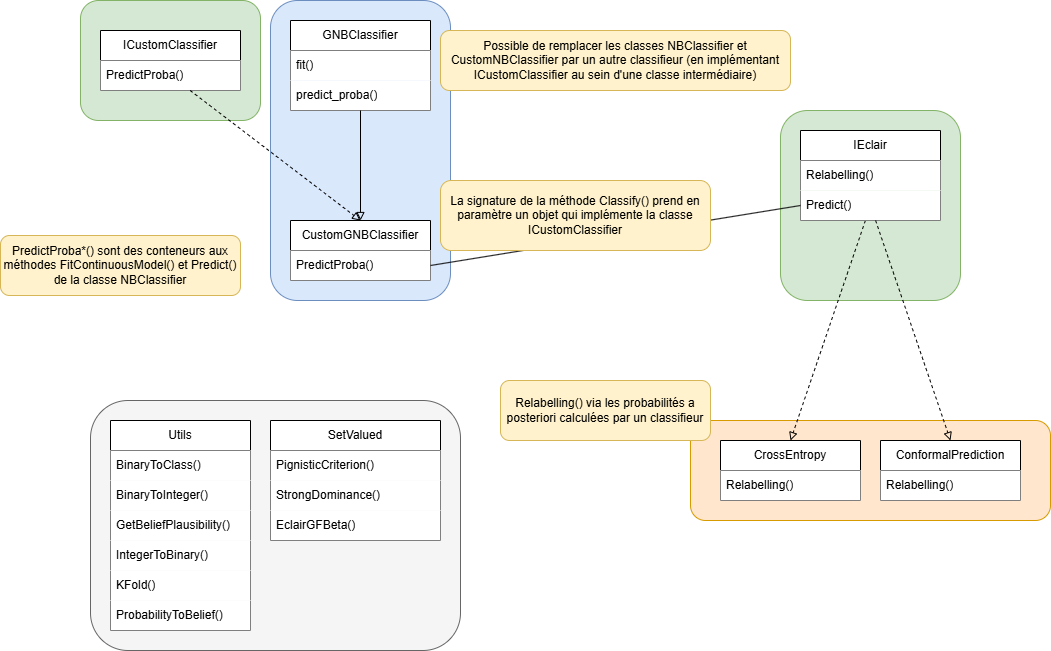
Above: images/eclair.png in IMT-Mines-Ales-CERIS/Eclair (draw.io), before the change. Source tidied: cells renumbered, new cells last; positions are measured from the earlier drawing's top-left corner, leaving out a move shared by most shapes.
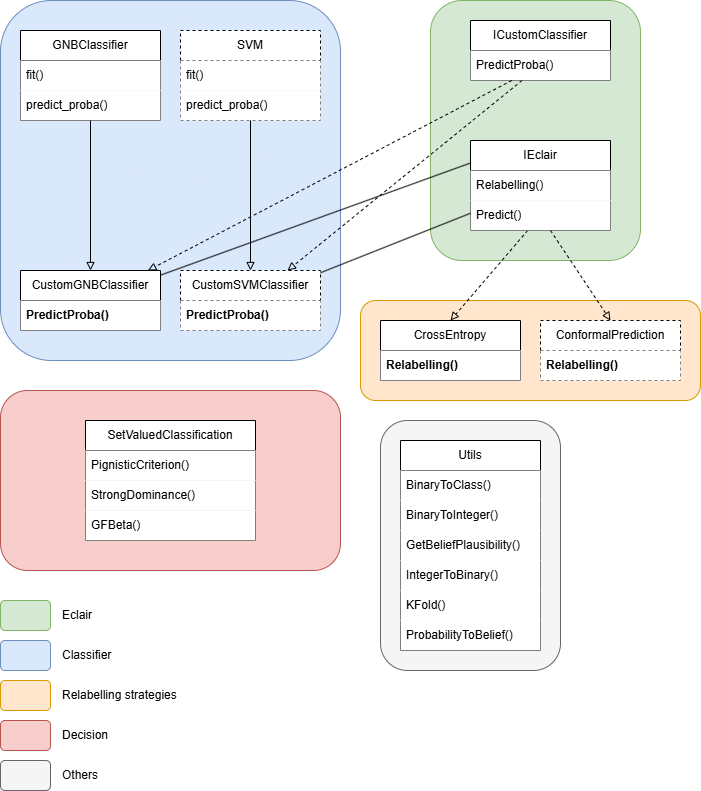
Later version of the same file.

Change to the diagram source:
```diff
@@ -2,26 +2,26 @@
   <root>
     <mxCell id="0" />
     <mxCell id="1" parent="0" />
+    <mxCell id="41" value="&lt;br&gt;&lt;div&gt;&lt;/div&gt;" style="rounded=1;whiteSpace=wrap;html=1;fillColor=#f8cecc;strokeColor=#b85450;" parent="1" vertex="1">
+      <mxGeometry x="270" y="390" width="340" height="180" as="geometry" />
+    </mxCell>
     <mxCell id="2" value="&lt;br&gt;&lt;div&gt;&lt;/div&gt;" style="rounded=1;whiteSpace=wrap;html=1;fillColor=#f5f5f5;strokeColor=#666666;fontColor=#333333;" parent="1" vertex="1">
-      <mxGeometry x="90" y="400" width="370" height="250" as="geometry" />
+      <mxGeometry x="650" y="420" width="180" height="250" as="geometry" />
     </mxCell>
     <mxCell id="3" value="&lt;br&gt;&lt;div&gt;&lt;/div&gt;" style="rounded=1;whiteSpace=wrap;html=1;fillColor=#d5e8d4;strokeColor=#82b366;" parent="1" vertex="1">
-      <mxGeometry x="780" y="110" width="180" height="190" as="geometry" />
+      <mxGeometry x="700" width="210" height="260" as="geometry" />
     </mxCell>
-    <mxCell id="4" value="&lt;br&gt;&lt;div&gt;&lt;/div&gt;" style="rounded=1;whiteSpace=wrap;html=1;fillColor=#d5e8d4;strokeColor=#82b366;" parent="1" vertex="1">
-      <mxGeometry x="80" width="180" height="120" as="geometry" />
-    </mxCell>
     <mxCell id="5" value="&lt;br&gt;&lt;div&gt;&lt;/div&gt;" style="rounded=1;whiteSpace=wrap;html=1;fillColor=#dae8fc;strokeColor=#6c8ebf;" parent="1" vertex="1">
-      <mxGeometry x="270" width="180" height="300" as="geometry" />
+      <mxGeometry x="270" width="340" height="360" as="geometry" />
     </mxCell>
     <mxCell id="6" value="&lt;br&gt;&lt;div&gt;&lt;/div&gt;" style="rounded=1;whiteSpace=wrap;html=1;fillColor=#ffe6cc;strokeColor=#d79b00;" parent="1" vertex="1">
-      <mxGeometry x="690" y="420" width="360" height="100" as="geometry" />
+      <mxGeometry x="630" y="300" width="340" height="100" as="geometry" />
     </mxCell>
     <mxCell id="7" style="endArrow=block;html=1;rounded=0;dashed=1;endFill=0;entryX=0.5;entryY=0;entryDx=0;entryDy=0;" parent="1" edge="1" source="10" target="35">
       <mxGeometry relative="1" as="geometry" />
     </mxCell>
     <mxCell id="8" value="IEclair" style="swimlane;fontStyle=0;horizontal=1;startSize=30;whiteSpace=wrap;html=1;" parent="1" vertex="1">
-      <mxGeometry x="800" y="130" width="140" height="90" as="geometry" />
+      <mxGeometry x="740" y="140" width="140" height="90" as="geometry" />
     </mxCell>
     <mxCell id="9" value="Relabelling()" style="text;strokeColor=none;fillColor=default;align=left;verticalAlign=middle;spacingLeft=4;spacingRight=4;overflow=hidden;whiteSpace=wrap;html=1;" parent="8" vertex="1">
       <mxGeometry y="30" width="140" height="30" as="geometry" />
@@ -30,22 +30,22 @@
       <mxGeometry y="60" width="140" height="30" as="geometry" />
     </mxCell>
     <mxCell id="11" value="I&lt;span style=&quot;background-color: transparent; color: light-dark(rgb(0, 0, 0), rgb(255, 255, 255));&quot;&gt;CustomClassifier&lt;/span&gt;" style="swimlane;fontStyle=0;horizontal=1;startSize=30;whiteSpace=wrap;html=1;" parent="1" vertex="1">
-      <mxGeometry x="100" y="30" width="140" height="60" as="geometry" />
+      <mxGeometry x="740" y="20" width="140" height="60" as="geometry" />
     </mxCell>
     <mxCell id="12" value="PredictProba()" style="text;strokeColor=none;fillColor=default;align=left;verticalAlign=middle;spacingLeft=4;spacingRight=4;overflow=hidden;points=[[0,0.5],[1,0.5]];portConstraint=eastwest;whiteSpace=wrap;html=1;" parent="11" vertex="1">
       <mxGeometry y="30" width="140" height="30" as="geometry" />
     </mxCell>
     <mxCell id="13" value="&lt;span style=&quot;background-color: transparent; color: light-dark(rgb(0, 0, 0), rgb(255, 255, 255));&quot;&gt;CustomGNBClassifier&lt;/span&gt;" style="swimlane;fontStyle=0;horizontal=1;startSize=30;whiteSpace=wrap;html=1;" parent="1" vertex="1">
-      <mxGeometry x="290" y="220" width="140" height="60" as="geometry" />
+      <mxGeometry x="290" y="270" width="140" height="60" as="geometry" />
     </mxCell>
-    <mxCell id="14" value="PredictProba()" style="text;strokeColor=none;fillColor=default;align=left;verticalAlign=middle;spacingLeft=4;spacingRight=4;overflow=hidden;points=[[0,0.5],[1,0.5]];portConstraint=eastwest;whiteSpace=wrap;html=1;" parent="13" vertex="1">
+    <mxCell id="14" value="&lt;b&gt;PredictProba()&lt;/b&gt;" style="text;strokeColor=none;fillColor=default;align=left;verticalAlign=middle;spacingLeft=4;spacingRight=4;overflow=hidden;points=[[0,0.5],[1,0.5]];portConstraint=eastwest;whiteSpace=wrap;html=1;" parent="13" vertex="1">
       <mxGeometry y="30" width="140" height="30" as="geometry" />
     </mxCell>
-    <mxCell id="15" style="endArrow=block;html=1;rounded=0;dashed=1;endFill=0;entryX=0.5;entryY=0;entryDx=0;entryDy=0;" parent="1" edge="1" source="12" target="13">
+    <mxCell id="15" style="endArrow=block;html=1;rounded=0;dashed=1;endFill=0;" parent="1" edge="1" source="12" target="13">
       <mxGeometry relative="1" as="geometry" />
     </mxCell>
     <mxCell id="16" value="&lt;div&gt;&lt;span style=&quot;background-color: transparent; color: light-dark(rgb(0, 0, 0), rgb(255, 255, 255));&quot;&gt;GNBClassifier&lt;/span&gt;&lt;/div&gt;" style="swimlane;fontStyle=0;horizontal=1;startSize=30;whiteSpace=wrap;html=1;" parent="1" vertex="1">
-      <mxGeometry x="290" y="20" width="140" height="90" as="geometry" />
+      <mxGeometry x="290" y="30" width="140" height="90" as="geometry" />
     </mxCell>
     <mxCell id="17" value="fit()" style="text;strokeColor=none;fillColor=default;align=left;verticalAlign=middle;spacingLeft=4;spacingRight=4;overflow=hidden;whiteSpace=wrap;html=1;" parent="16" vertex="1">
       <mxGeometry y="30" width="140" height="30" as="geometry" />
@@ -53,22 +53,14 @@
     <mxCell id="18" value="&lt;div&gt;&lt;span style=&quot;background-color: transparent; color: light-dark(rgb(0, 0, 0), rgb(255, 255, 255));&quot;&gt;predict_proba()&lt;/span&gt;&lt;/div&gt;" style="text;strokeColor=none;fillColor=default;align=left;verticalAlign=middle;spacingLeft=4;spacingRight=4;overflow=hidden;points=[[0,0.5],[1,0.5]];portConstraint=eastwest;whiteSpace=wrap;html=1;" parent="16" vertex="1">
       <mxGeometry y="60" width="140" height="30" as="geometry" />
     </mxCell>
-    <mxCell id="19" style="endArrow=block;html=1;rounded=0;endFill=0;" parent="1" edge="1" source="18">
-      <mxGeometry relative="1" as="geometry">
-        <mxPoint x="360" y="220" as="targetPoint" />
-      </mxGeometry>
+    <mxCell id="19" style="endArrow=block;html=1;rounded=0;endFill=0;" parent="1" edge="1" source="18" target="13">
+      <mxGeometry relative="1" as="geometry" />
     </mxCell>
-    <mxCell id="20" value="PredictProba*() sont des conteneurs aux méthodes FitContinuousModel() et Predict() de la classe NBClassifier" style="rounded=1;whiteSpace=wrap;html=1;fillColor=#fff2cc;strokeColor=#d6b656;" parent="1" vertex="1">
-      <mxGeometry y="235" width="240" height="60" as="geometry" />
-    </mxCell>
-    <mxCell id="21" style="endArrow=none;html=1;rounded=0;exitX=1;exitY=0.5;exitDx=0;exitDy=0;entryX=0;entryY=0.5;entryDx=0;entryDy=0;" parent="1" edge="1" source="14" target="10">
+    <mxCell id="21" style="endArrow=none;html=1;rounded=0;entryX=0;entryY=0.25;entryDx=0;entryDy=0;" parent="1" edge="1" source="13" target="8">
       <mxGeometry relative="1" as="geometry" />
     </mxCell>
-    <mxCell id="22" value="Possible de remplacer les classes NBClassifier et CustomNBClassifier par un autre classifieur (en implémentant ICustomClassifier au sein d'une classe intermédiaire)" style="rounded=1;whiteSpace=wrap;html=1;fillColor=#fff2cc;strokeColor=#d6b656;" parent="1" vertex="1">
-      <mxGeometry x="440" y="30" width="350" height="60" as="geometry" />
-    </mxCell>
     <mxCell id="23" value="Utils" style="swimlane;fontStyle=0;horizontal=1;startSize=30;whiteSpace=wrap;html=1;" parent="1" vertex="1">
-      <mxGeometry x="110" y="420" width="140" height="210" as="geometry" />
+      <mxGeometry x="670" y="440" width="140" height="210" as="geometry" />
     </mxCell>
     <mxCell id="24" value="BinaryToClass()" style="text;strokeColor=none;fillColor=default;align=left;verticalAlign=middle;spacingLeft=4;spacingRight=4;overflow=hidden;whiteSpace=wrap;html=1;" parent="23" vertex="1">
       <mxGeometry y="30" width="140" height="30" as="geometry" />
@@ -88,11 +80,8 @@
     <mxCell id="29" value="ProbabilityToBelief()" style="text;strokeColor=none;fillColor=default;align=left;verticalAlign=middle;spacingLeft=4;spacingRight=4;overflow=hidden;whiteSpace=wrap;html=1;" parent="23" vertex="1">
       <mxGeometry y="180" width="140" height="30" as="geometry" />
     </mxCell>
-    <mxCell id="30" value="La signature de la méthode Classify() prend en paramètre un objet qui implémente la classe ICustomClassifier" style="rounded=1;whiteSpace=wrap;html=1;fillColor=#fff2cc;strokeColor=#d6b656;" parent="1" vertex="1">
-      <mxGeometry x="440" y="180" width="270" height="70" as="geometry" />
-    </mxCell>
-    <mxCell id="31" value="SetValued" style="swimlane;fontStyle=0;horizontal=1;startSize=30;whiteSpace=wrap;html=1;" parent="1" vertex="1">
-      <mxGeometry x="270" y="420" width="170" height="120" as="geometry" />
+    <mxCell id="31" value="SetValuedClassification" style="swimlane;fontStyle=0;horizontal=1;startSize=30;whiteSpace=wrap;html=1;" parent="1" vertex="1">
+      <mxGeometry x="355" y="420" width="170" height="120" as="geometry" />
     </mxCell>
     <mxCell id="32" value="PignisticCriterion()" style="text;strokeColor=none;fillColor=default;align=left;verticalAlign=middle;spacingLeft=4;spacingRight=4;overflow=hidden;whiteSpace=wrap;html=1;" parent="31" vertex="1">
       <mxGeometry y="30" width="170" height="30" as="geometry" />
@@ -100,26 +89,77 @@
     <mxCell id="33" value="StrongDominance()" style="text;strokeColor=none;fillColor=default;align=left;verticalAlign=middle;spacingLeft=4;spacingRight=4;overflow=hidden;whiteSpace=wrap;html=1;" parent="31" vertex="1">
       <mxGeometry y="60" width="170" height="30" as="geometry" />
     </mxCell>
-    <mxCell id="34" value="EclairGFBeta()" style="text;strokeColor=none;fillColor=default;align=left;verticalAlign=middle;spacingLeft=4;spacingRight=4;overflow=hidden;whiteSpace=wrap;html=1;" parent="31" vertex="1">
+    <mxCell id="34" value="GFBeta()" style="text;strokeColor=none;fillColor=default;align=left;verticalAlign=middle;spacingLeft=4;spacingRight=4;overflow=hidden;whiteSpace=wrap;html=1;" parent="31" vertex="1">
       <mxGeometry y="90" width="170" height="30" as="geometry" />
     </mxCell>
     <mxCell id="35" value="CrossEntropy" style="swimlane;fontStyle=0;horizontal=1;startSize=30;whiteSpace=wrap;html=1;" parent="1" vertex="1">
-      <mxGeometry x="720" y="440" width="140" height="60" as="geometry" />
+      <mxGeometry x="650" y="320" width="140" height="60" as="geometry" />
     </mxCell>
-    <mxCell id="36" value="Relabelling()" style="text;align=left;verticalAlign=middle;spacingLeft=4;spacingRight=4;overflow=hidden;whiteSpace=wrap;html=1;fillOpacity=100;fillColor=default;" parent="35" vertex="1">
+    <mxCell id="36" value="&lt;b&gt;Relabelling()&lt;/b&gt;" style="text;align=left;verticalAlign=middle;spacingLeft=4;spacingRight=4;overflow=hidden;whiteSpace=wrap;html=1;fillOpacity=100;fillColor=default;" parent="35" vertex="1">
       <mxGeometry y="30" width="140" height="30" as="geometry" />
     </mxCell>
-    <mxCell id="37" value="ConformalPrediction" style="swimlane;fontStyle=0;horizontal=1;startSize=30;whiteSpace=wrap;html=1;" parent="1" vertex="1">
-      <mxGeometry x="880" y="440" width="140" height="60" as="geometry" />
+    <mxCell id="37" value="ConformalPrediction" style="swimlane;fontStyle=0;horizontal=1;startSize=30;whiteSpace=wrap;html=1;dashed=1;" parent="1" vertex="1">
+      <mxGeometry x="810" y="320" width="140" height="60" as="geometry" />
     </mxCell>
-    <mxCell id="38" value="Relabelling()" style="text;align=left;verticalAlign=middle;spacingLeft=4;spacingRight=4;overflow=hidden;whiteSpace=wrap;html=1;fillColor=default;" parent="37" vertex="1">
+    <mxCell id="38" value="&lt;b&gt;Relabelling()&lt;/b&gt;" style="text;align=left;verticalAlign=middle;spacingLeft=4;spacingRight=4;overflow=hidden;whiteSpace=wrap;html=1;fillColor=default;" parent="37" vertex="1">
       <mxGeometry y="30" width="140" height="30" as="geometry" />
     </mxCell>
     <mxCell id="39" style="endArrow=block;html=1;rounded=0;dashed=1;endFill=0;entryX=0.5;entryY=0;entryDx=0;entryDy=0;" parent="1" edge="1" source="10" target="37">
       <mxGeometry relative="1" as="geometry" />
     </mxCell>
-    <mxCell id="40" value="Relabelling() via les probabilités a posteriori calculées par un classifieur" style="rounded=1;whiteSpace=wrap;html=1;fillColor=#fff2cc;strokeColor=#d6b656;" parent="1" vertex="1">
-      <mxGeometry x="500" y="380" width="210" height="60" as="geometry" />
-    </mxCell>
+    <mxCell id="42" value="&lt;div&gt;&lt;span style=&quot;background-color: transparent; color: light-dark(rgb(0, 0, 0), rgb(255, 255, 255));&quot;&gt;SVM&lt;/span&gt;&lt;/div&gt;" style="swimlane;fontStyle=0;horizontal=1;startSize=30;whiteSpace=wrap;html=1;dashed=1;" parent="1" vertex="1">
+      <mxGeometry x="450" y="30" width="140" height="90" as="geometry" />
+    </mxCell>
+    <mxCell id="43" value="fit()" style="text;strokeColor=none;fillColor=default;align=left;verticalAlign=middle;spacingLeft=4;spacingRight=4;overflow=hidden;whiteSpace=wrap;html=1;" parent="42" vertex="1">
+      <mxGeometry y="30" width="140" height="30" as="geometry" />
+    </mxCell>
+    <mxCell id="44" value="&lt;div&gt;&lt;span style=&quot;background-color: transparent; color: light-dark(rgb(0, 0, 0), rgb(255, 255, 255));&quot;&gt;predict_proba()&lt;/span&gt;&lt;/div&gt;" style="text;strokeColor=none;fillColor=default;align=left;verticalAlign=middle;spacingLeft=4;spacingRight=4;overflow=hidden;points=[[0,0.5],[1,0.5]];portConstraint=eastwest;whiteSpace=wrap;html=1;" parent="42" vertex="1">
+      <mxGeometry y="60" width="140" height="30" as="geometry" />
+    </mxCell>
+    <mxCell id="45" value="&lt;span style=&quot;background-color: transparent; color: light-dark(rgb(0, 0, 0), rgb(255, 255, 255));&quot;&gt;CustomSVMClassifier&lt;/span&gt;" style="swimlane;fontStyle=0;horizontal=1;startSize=30;whiteSpace=wrap;html=1;dashed=1;" parent="1" vertex="1">
+      <mxGeometry x="450" y="270" width="140" height="60" as="geometry" />
+    </mxCell>
+    <mxCell id="46" value="&lt;b&gt;PredictProba()&lt;/b&gt;" style="text;strokeColor=none;fillColor=default;align=left;verticalAlign=middle;spacingLeft=4;spacingRight=4;overflow=hidden;whiteSpace=wrap;html=1;" parent="45" vertex="1">
+      <mxGeometry y="30" width="140" height="30" as="geometry" />
+    </mxCell>
+    <mxCell id="47" style="endArrow=block;html=1;rounded=0;endFill=0;entryX=0.5;entryY=0;entryDx=0;entryDy=0;" parent="1" edge="1" source="44" target="45">
+      <mxGeometry relative="1" as="geometry" />
+    </mxCell>
+    <mxCell id="48" style="endArrow=block;html=1;rounded=0;dashed=1;endFill=0;" parent="1" edge="1" source="12" target="45">
+      <mxGeometry relative="1" as="geometry" />
+    </mxCell>
+    <mxCell id="49" style="endArrow=none;html=1;rounded=0;" parent="1" edge="1" source="45" target="8">
+      <mxGeometry relative="1" as="geometry" />
+    </mxCell>
+    <mxCell id="50" value="&lt;br&gt;&lt;div&gt;&lt;/div&gt;" style="rounded=1;whiteSpace=wrap;html=1;fillColor=#d5e8d4;strokeColor=#82b366;" parent="1" vertex="1">
+      <mxGeometry x="270" y="600" width="50" height="30" as="geometry" />
+    </mxCell>
+    <mxCell id="51" value="Eclair" style="text;html=1;align=left;verticalAlign=middle;whiteSpace=wrap;rounded=0;" parent="1" vertex="1">
+      <mxGeometry x="330" y="600" width="110" height="30" as="geometry" />
+    </mxCell>
+    <mxCell id="52" value="&lt;br&gt;&lt;div&gt;&lt;/div&gt;" style="rounded=1;whiteSpace=wrap;html=1;fillColor=#dae8fc;strokeColor=#6c8ebf;" parent="1" vertex="1">
+      <mxGeometry x="270" y="640" width="50" height="30" as="geometry" />
+    </mxCell>
+    <mxCell id="53" value="Classifier" style="text;html=1;align=left;verticalAlign=middle;whiteSpace=wrap;rounded=0;" parent="1" vertex="1">
+      <mxGeometry x="330" y="640" width="110" height="30" as="geometry" />
+    </mxCell>
+    <mxCell id="54" value="&lt;br&gt;&lt;div&gt;&lt;/div&gt;" style="rounded=1;whiteSpace=wrap;html=1;fillColor=#ffe6cc;strokeColor=#d79b00;" parent="1" vertex="1">
+      <mxGeometry x="270" y="680" width="50" height="30" as="geometry" />
+    </mxCell>
+    <mxCell id="55" value="Relabelling strategies" style="text;html=1;align=left;verticalAlign=middle;whiteSpace=wrap;rounded=0;" parent="1" vertex="1">
+      <mxGeometry x="330" y="680" width="120" height="30" as="geometry" />
+    </mxCell>
+    <mxCell id="56" value="&lt;br&gt;&lt;div&gt;&lt;/div&gt;" style="rounded=1;whiteSpace=wrap;html=1;fillColor=#f8cecc;strokeColor=#b85450;" parent="1" vertex="1">
+      <mxGeometry x="270" y="720" width="50" height="30" as="geometry" />
+    </mxCell>
+    <mxCell id="57" value="Decision" style="text;html=1;align=left;verticalAlign=middle;whiteSpace=wrap;rounded=0;" parent="1" vertex="1">
+      <mxGeometry x="330" y="720" width="110" height="30" as="geometry" />
+    </mxCell>
+    <mxCell id="58" value="&lt;br&gt;&lt;div&gt;&lt;/div&gt;" style="rounded=1;whiteSpace=wrap;html=1;fillColor=#f5f5f5;strokeColor=#666666;fontColor=#333333;" parent="1" vertex="1">
+      <mxGeometry x="270" y="760" width="50" height="30" as="geometry" />
+    </mxCell>
+    <mxCell id="59" value="Others" style="text;html=1;align=left;verticalAlign=middle;whiteSpace=wrap;rounded=0;" parent="1" vertex="1">
+      <mxGeometry x="330" y="760" width="110" height="30" as="geometry" />
+    </mxCell>
   </root>
 </mxGraphModel>
```
